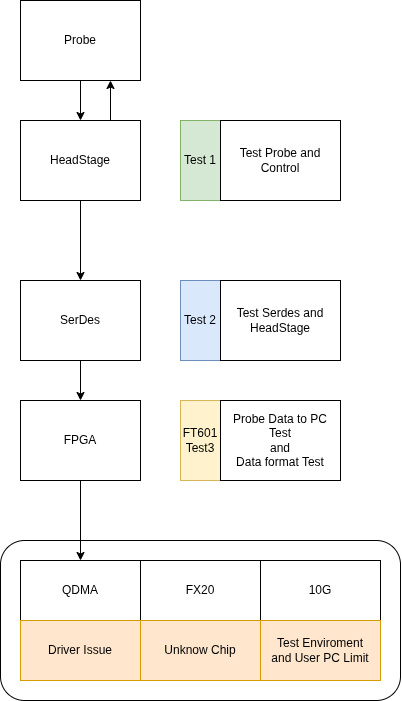
tzechienchu/mynotes keeps this draw.io diagram as docs/diagrams/2025/NPNXT.png. Above is the earlier version. Source tidied: cells renumbered, new cells last; positions are measured from the earlier drawing's top-left corner, leaving out a move shared by most shapes. Source of this version:
```xml
<mxGraphModel>
  <root>
    <mxCell id="0" />
    <mxCell id="1" parent="0" />
    <mxCell id="2" style="rounded=1;whiteSpace=wrap;html=1;" parent="1" vertex="1">
      <mxGeometry y="540" width="400" height="160" as="geometry" />
    </mxCell>
    <mxCell id="3" style="edgeStyle=none;html=1;exitX=0.5;exitY=1;exitDx=0;exitDy=0;entryX=0.5;entryY=0;entryDx=0;entryDy=0;" parent="1" edge="1" source="4" target="7">
      <mxGeometry relative="1" as="geometry" />
    </mxCell>
    <mxCell id="4" value="Probe" style="rounded=0;whiteSpace=wrap;html=1;" parent="1" vertex="1">
      <mxGeometry x="20" width="120" height="80" as="geometry" />
    </mxCell>
    <mxCell id="5" style="edgeStyle=none;html=1;exitX=0.5;exitY=1;exitDx=0;exitDy=0;entryX=0.5;entryY=0;entryDx=0;entryDy=0;" parent="1" edge="1" source="7" target="9">
      <mxGeometry relative="1" as="geometry" />
    </mxCell>
    <mxCell id="6" style="edgeStyle=none;html=1;exitX=0.75;exitY=0;exitDx=0;exitDy=0;entryX=0.75;entryY=1;entryDx=0;entryDy=0;" parent="1" edge="1" source="7" target="4">
      <mxGeometry relative="1" as="geometry" />
    </mxCell>
    <mxCell id="7" value="HeadStage" style="rounded=0;whiteSpace=wrap;html=1;" parent="1" vertex="1">
      <mxGeometry x="20" y="120" width="120" height="80" as="geometry" />
    </mxCell>
    <mxCell id="8" style="edgeStyle=none;html=1;exitX=0.5;exitY=1;exitDx=0;exitDy=0;entryX=0.5;entryY=0;entryDx=0;entryDy=0;" parent="1" edge="1" source="9" target="11">
      <mxGeometry relative="1" as="geometry" />
    </mxCell>
    <mxCell id="9" value="SerDes" style="rounded=0;whiteSpace=wrap;html=1;" parent="1" vertex="1">
      <mxGeometry x="20" y="280" width="120" height="80" as="geometry" />
    </mxCell>
    <mxCell id="10" style="edgeStyle=none;html=1;exitX=0.5;exitY=1;exitDx=0;exitDy=0;entryX=0.5;entryY=0;entryDx=0;entryDy=0;" parent="1" edge="1" source="11" target="12">
      <mxGeometry relative="1" as="geometry" />
    </mxCell>
    <mxCell id="11" value="FPGA" style="rounded=0;whiteSpace=wrap;html=1;" parent="1" vertex="1">
      <mxGeometry x="20" y="400" width="120" height="80" as="geometry" />
    </mxCell>
    <mxCell id="12" value="QDMA" style="rounded=0;whiteSpace=wrap;html=1;" parent="1" vertex="1">
      <mxGeometry x="20" y="560" width="120" height="60" as="geometry" />
    </mxCell>
    <mxCell id="13" value="FX20" style="rounded=0;whiteSpace=wrap;html=1;" parent="1" vertex="1">
      <mxGeometry x="140" y="560" width="120" height="60" as="geometry" />
    </mxCell>
    <mxCell id="14" value="FT601&lt;div&gt;Test3&lt;/div&gt;" style="rounded=0;whiteSpace=wrap;html=1;fillColor=#fff2cc;strokeColor=#d6b656;" parent="1" vertex="1">
      <mxGeometry x="180" y="400" width="40" height="80" as="geometry" />
    </mxCell>
    <mxCell id="15" value="10G" style="rounded=0;whiteSpace=wrap;html=1;" parent="1" vertex="1">
      <mxGeometry x="260" y="560" width="120" height="60" as="geometry" />
    </mxCell>
    <mxCell id="16" value="Test 1" style="rounded=0;whiteSpace=wrap;html=1;fillColor=#d5e8d4;strokeColor=#82b366;" parent="1" vertex="1">
      <mxGeometry x="180" y="120" width="40" height="80" as="geometry" />
    </mxCell>
    <mxCell id="17" value="Test 2" style="rounded=0;whiteSpace=wrap;html=1;fillColor=#dae8fc;strokeColor=#6c8ebf;" parent="1" vertex="1">
      <mxGeometry x="180" y="280" width="40" height="80" as="geometry" />
    </mxCell>
    <mxCell id="18" value="Driver Issue" style="rounded=0;whiteSpace=wrap;html=1;fillColor=#ffe6cc;strokeColor=#d79b00;" parent="1" vertex="1">
      <mxGeometry x="20" y="620" width="120" height="60" as="geometry" />
    </mxCell>
    <mxCell id="19" value="Unknow Chip" style="rounded=0;whiteSpace=wrap;html=1;fillColor=#ffe6cc;strokeColor=#d79b00;" parent="1" vertex="1">
      <mxGeometry x="140" y="620" width="120" height="60" as="geometry" />
    </mxCell>
    <mxCell id="20" value="Test Enviroment&lt;div&gt;and User PC Limit&lt;/div&gt;" style="rounded=0;whiteSpace=wrap;html=1;fillColor=#ffe6cc;strokeColor=#d79b00;" parent="1" vertex="1">
      <mxGeometry x="260" y="620" width="120" height="60" as="geometry" />
    </mxCell>
    <mxCell id="21" value="Test Probe and Control" style="rounded=0;whiteSpace=wrap;html=1;" parent="1" vertex="1">
      <mxGeometry x="220" y="120" width="120" height="80" as="geometry" />
    </mxCell>
    <mxCell id="22" value="Test Serdes and HeadStage" style="rounded=0;whiteSpace=wrap;html=1;" parent="1" vertex="1">
      <mxGeometry x="220" y="280" width="120" height="80" as="geometry" />
    </mxCell>
    <mxCell id="23" value="Probe Data to PC Test&lt;div&gt;and&lt;/div&gt;&lt;div&gt;Data format Test&lt;/div&gt;" style="rounded=0;whiteSpace=wrap;html=1;" parent="1" vertex="1">
      <mxGeometry x="220" y="400" width="120" height="80" as="geometry" />
    </mxCell>
  </root>
</mxGraphModel>
```
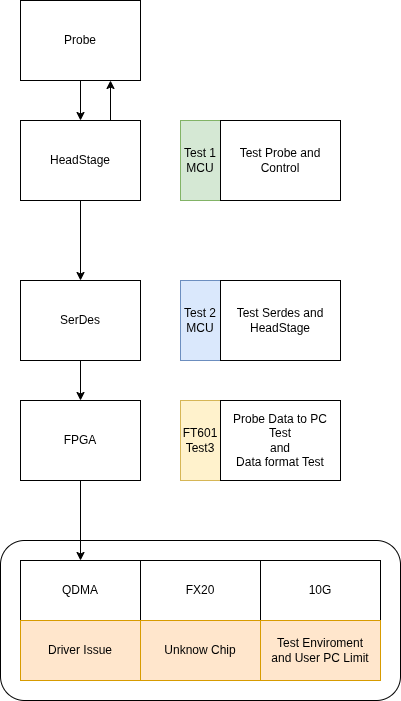
After the change.

Diff of the diagram source:
```diff
@@ -44,10 +44,10 @@
     <mxCell id="15" value="10G" style="rounded=0;whiteSpace=wrap;html=1;" parent="1" vertex="1">
       <mxGeometry x="260" y="560" width="120" height="60" as="geometry" />
     </mxCell>
-    <mxCell id="16" value="Test 1" style="rounded=0;whiteSpace=wrap;html=1;fillColor=#d5e8d4;strokeColor=#82b366;" parent="1" vertex="1">
+    <mxCell id="16" value="Test 1&lt;div&gt;MCU&lt;/div&gt;" style="rounded=0;whiteSpace=wrap;html=1;fillColor=#d5e8d4;strokeColor=#82b366;" parent="1" vertex="1">
       <mxGeometry x="180" y="120" width="40" height="80" as="geometry" />
     </mxCell>
-    <mxCell id="17" value="Test 2" style="rounded=0;whiteSpace=wrap;html=1;fillColor=#dae8fc;strokeColor=#6c8ebf;" parent="1" vertex="1">
+    <mxCell id="17" value="Test 2&lt;div&gt;MCU&lt;/div&gt;" style="rounded=0;whiteSpace=wrap;html=1;fillColor=#dae8fc;strokeColor=#6c8ebf;" parent="1" vertex="1">
       <mxGeometry x="180" y="280" width="40" height="80" as="geometry" />
     </mxCell>
     <mxCell id="18" value="Driver Issue" style="rounded=0;whiteSpace=wrap;html=1;fillColor=#ffe6cc;strokeColor=#d79b00;" parent="1" vertex="1">
```
